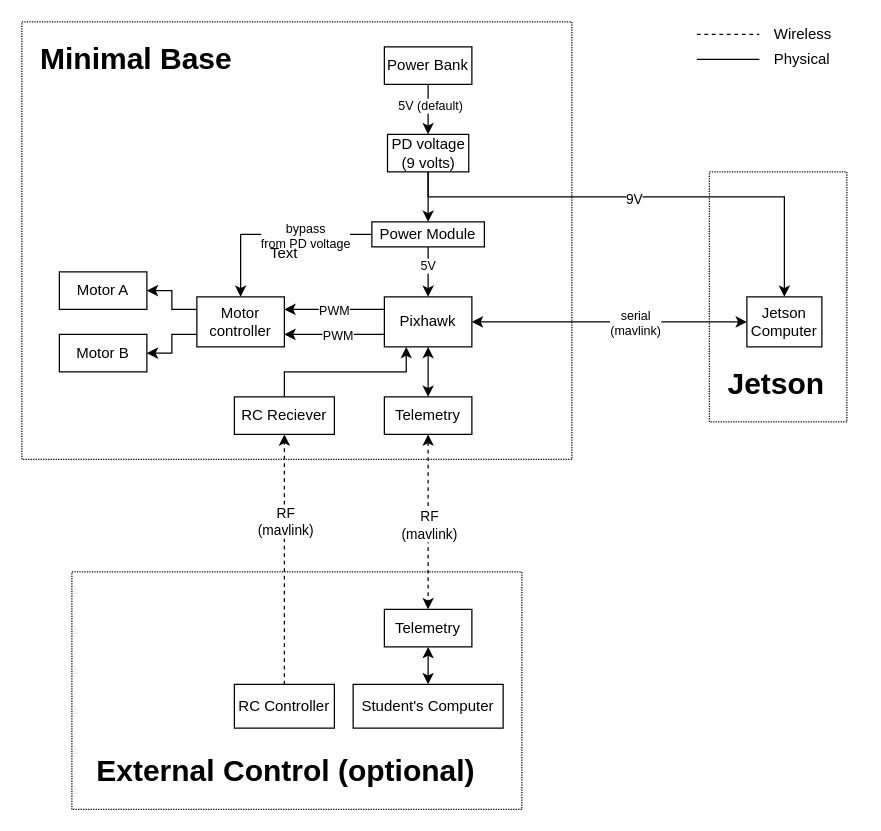
The draw.io diagram diagrams/system.drawio in EOLab-HSRW/jetbot, before the edit. Source tidied: cells renumbered, new cells numbered last; positions are measured from the earlier drawing's top-left corner, leaving out a move shared by most shapes. Both pictures are drawn from the tidied source at 125%, with x=0, y=0 at pixel (21, 21).
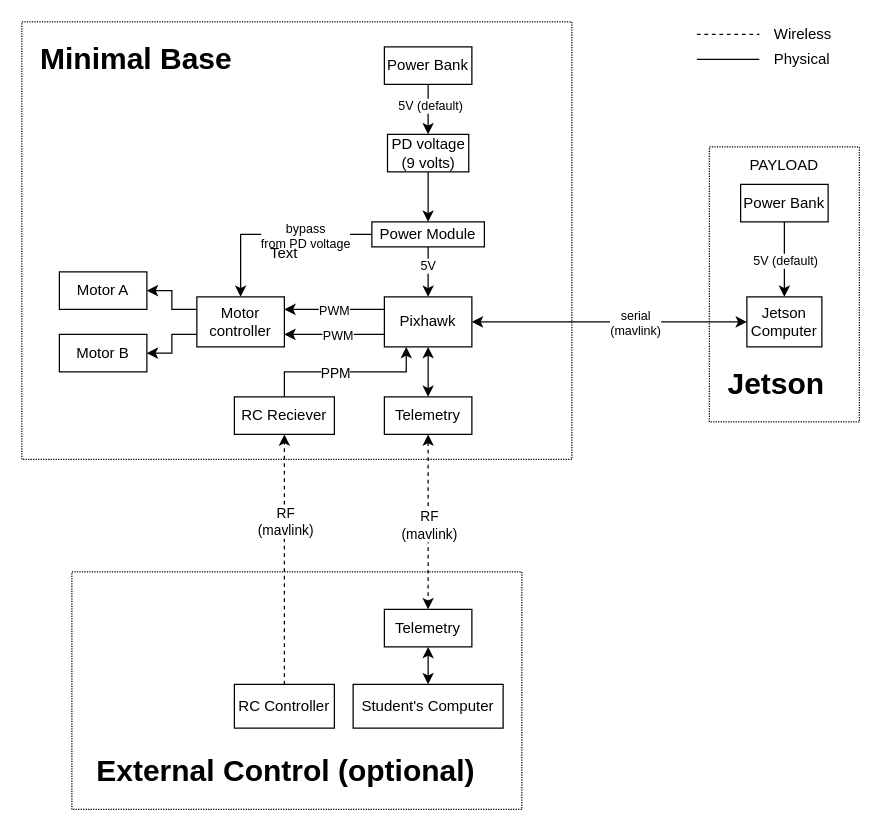
Above is the later version.

Unchanged cells that the change refers to:
```xml
<mxCell id="15" style="edgeStyle=orthogonalEdgeStyle;rounded=0;jettySize=auto;html=1;exitX=0.25;exitY=1;exitDx=0;exitDy=0;entryX=0.5;entryY=0;entryDx=0;entryDy=0;startArrow=classic;startFill=1;endArrow=none;endFill=0;" parent="1" edge="1" source="16" target="43">
  <mxGeometry relative="1" as="geometry" />
</mxCell>
<mxCell id="19" value="Jetson Computer" style="rounded=0;whiteSpace=wrap;html=1;" parent="1" vertex="1">
  <mxGeometry x="580" y="220" width="60" height="40" as="geometry" />
</mxCell>
<mxCell id="26" value="PD voltage (9 volts)" style="rounded=0;whiteSpace=wrap;html=1;" parent="1" vertex="1">
  <mxGeometry x="292.5" y="90" width="65" height="30" as="geometry" />
</mxCell>
```

What changed in the source:
```diff
@@
     <mxCell id="2" style="rounded=0;whiteSpace=wrap;html=1;fillColor=none;dashed=1;dashPattern=1 1;" parent="1" vertex="1">
-      <mxGeometry x="550" y="120" width="110" height="200" as="geometry" />
+      <mxGeometry x="550" y="100" width="120" height="220" as="geometry" />
     </mxCell>
@@
+    <mxCell id="50" value="&lt;div&gt;PPM&lt;/div&gt;" style="edgeLabel;html=1;align=center;verticalAlign=middle;" parent="15" vertex="1">
+      <mxGeometry x="0.16" relative="1" as="geometry">
+        <mxPoint x="3" as="offset" />
+      </mxGeometry>
+    </mxCell>
@@
-    <mxCell id="24" style="edgeStyle=orthogonalEdgeStyle;rounded=0;jettySize=auto;html=1;exitX=0.5;exitY=1;exitDx=0;exitDy=0;entryX=0.5;entryY=0;entryDx=0;entryDy=0;" parent="1" edge="1" source="26" target="19">
-      <mxGeometry relative="1" as="geometry">
-        <Array as="points">
-          <mxPoint x="325" y="140" />
-          <mxPoint x="610" y="140" />
-        </Array>
-      </mxGeometry>
-    </mxCell>
-    <mxCell id="25" value="9V" style="edgeLabel;html=1;align=center;verticalAlign=middle;" parent="24" vertex="1">
-      <mxGeometry x="0.01" y="-1" relative="1" as="geometry">
-        <mxPoint x="-10" as="offset" />
-      </mxGeometry>
-    </mxCell>
@@
+    <mxCell id="51" style="edgeStyle=orthogonalEdgeStyle;rounded=0;jettySize=auto;html=1;exitX=0.5;exitY=1;exitDx=0;exitDy=0;entryX=0.5;entryY=0;entryDx=0;entryDy=0;" parent="1" edge="1" source="52" target="19">
+      <mxGeometry relative="1" as="geometry" />
+    </mxCell>
+    <mxCell id="52" value="Power Bank" style="rounded=0;whiteSpace=wrap;html=1;" parent="1" vertex="1">
+      <mxGeometry x="575" y="130" width="70" height="30" as="geometry" />
+    </mxCell>
+    <mxCell id="53" value="5V (default)" style="edgeLabel;html=1;align=center;verticalAlign=middle;fontSize=10;" parent="1" vertex="1">
+      <mxGeometry x="610" y="190" as="geometry" />
+    </mxCell>
+    <mxCell id="54" value="&lt;div&gt;PAYLOAD&lt;/div&gt;" style="text;html=1;strokeColor=none;fillColor=none;align=center;verticalAlign=middle;whiteSpace=wrap;rounded=0;" parent="1" vertex="1">
+      <mxGeometry x="580" y="100" width="60" height="30" as="geometry" />
+    </mxCell>
```
